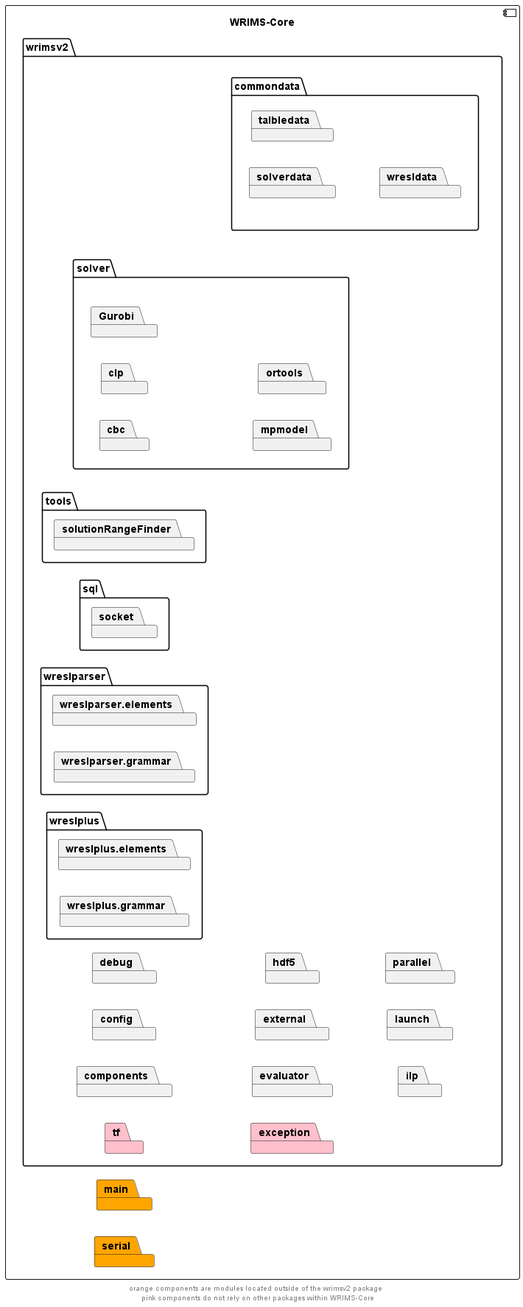
Earlier version of the PlantUML export docs/diagrams/wrims-core/wrims-core-packages.png (CentralValleyModeling/wrims).
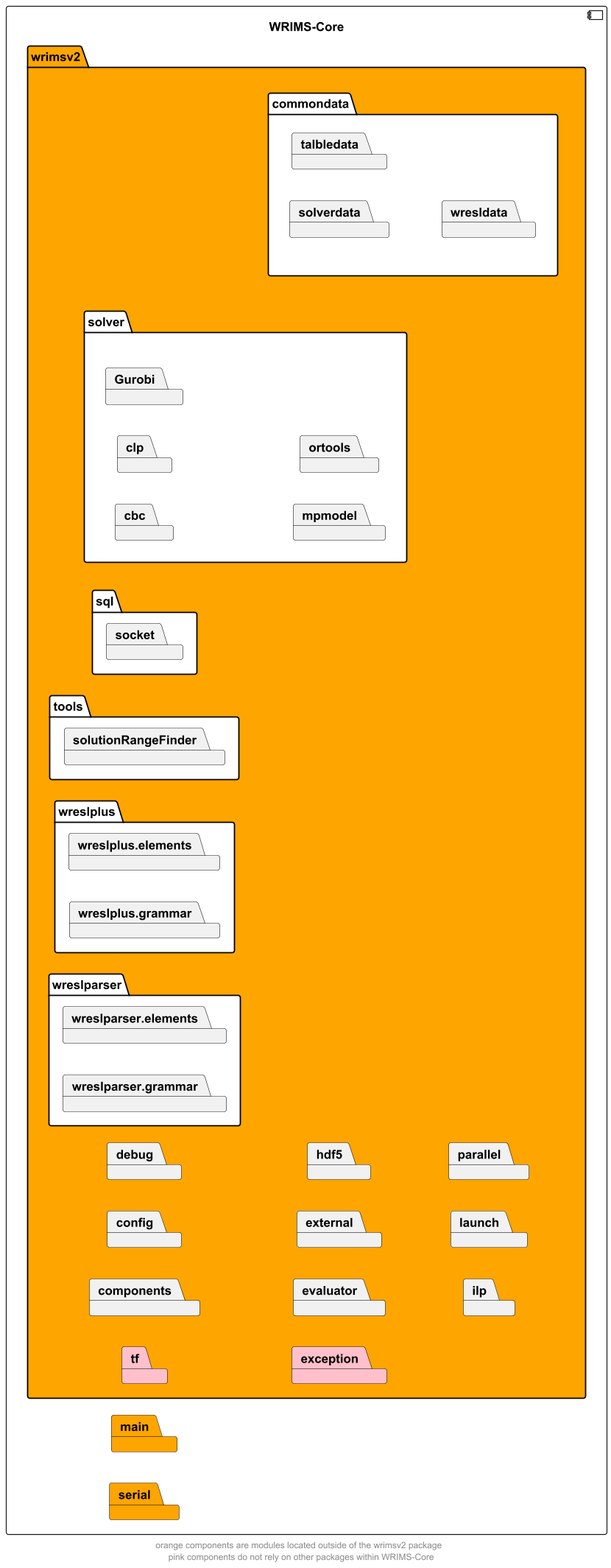
After the change.

The edit, as a diff of the source:
```diff
@@ -5,8 +5,8 @@
 component wrims_core as "WRIMS-Core" {
     package main #orange
     package serial #orange
-    package wrimsv2 {
-        package commondata{
+    package wrimsv2 #orange {
+        package commondata #white {
             package solverdata
             package talbledata
             package wresldata
@@ -21,25 +21,25 @@
         package ilp
         package launch
         package parallel
-        package solver{
+        package solver #white {
             package cbc
             package clp
             package Gurobi
             package mpmodel
             package ortools
         }
-        package sql{
+        package sql #white {
             package socket
         }
         package tf #pink
-        package tools{
+        package tools #white {
             package solutionRangeFinder
         }
-        package wreslparser{
+        package wreslparser #white {
             package wreslparser.elements
             package wreslparser.grammar
         }
-        package wreslplus{
+        package wreslplus #white {
             package wreslplus.elements
             package wreslplus.grammar
         }
```
